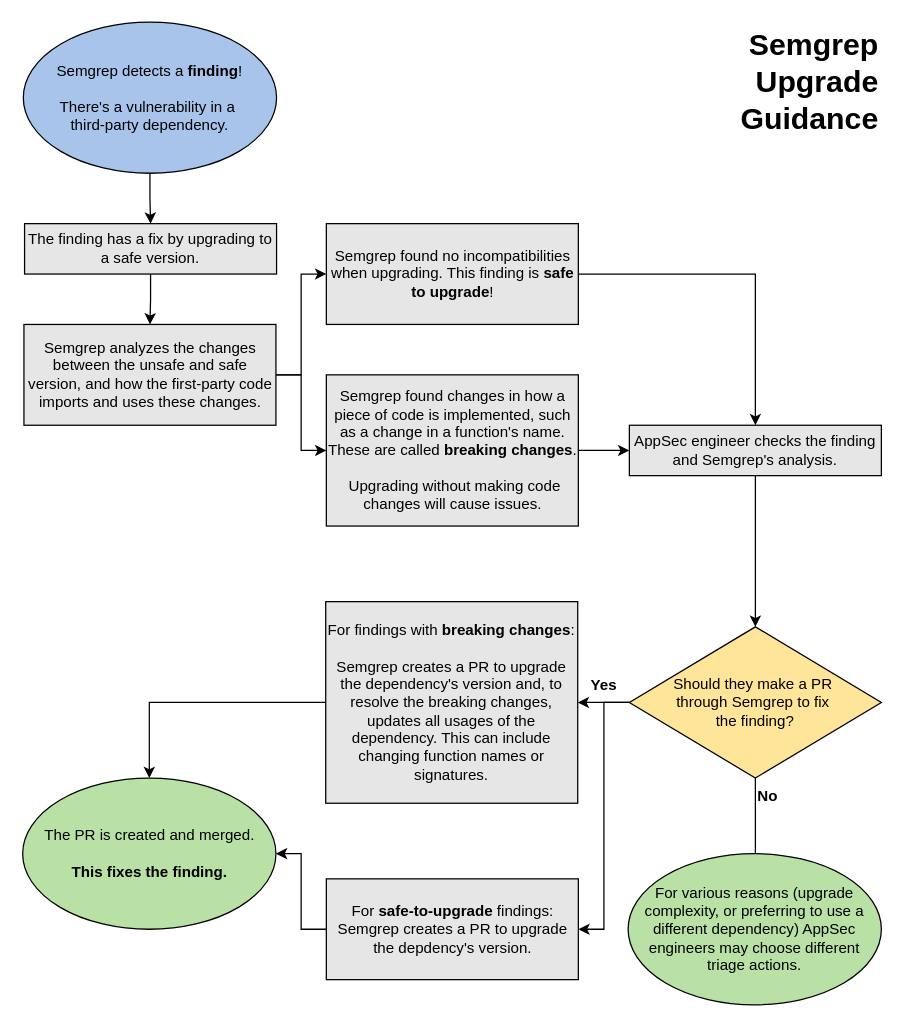
Earlier version of the draw.io diagram upgrade-guidance-formatted.drawio (s-santillan/semgrep-docs-diagrams). Source tidied: cells renumbered, new cells numbered last; positions are measured from the earlier drawing's top-left corner, leaving out a move shared by most shapes. Both pictures are drawn from the tidied source at 126%, with x=0, y=0 at pixel (21, 21).
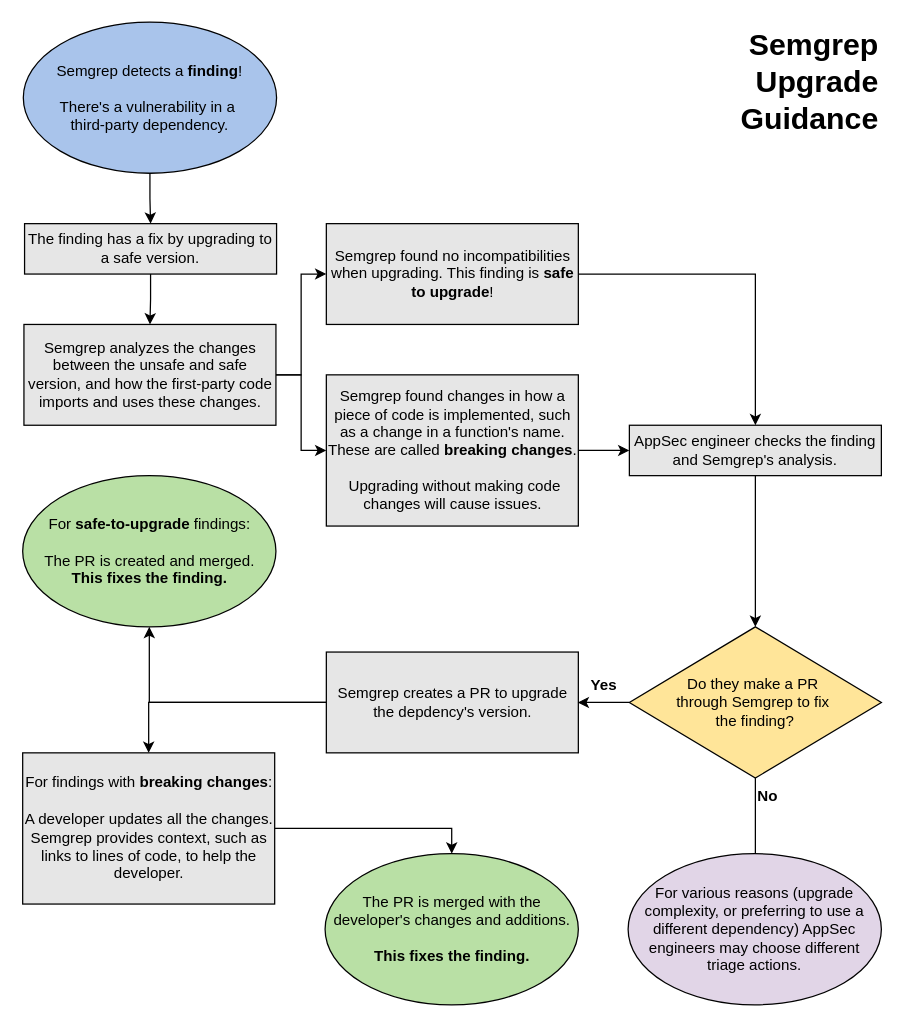
The same diagram, later.

Change to the diagram source:
```diff
@@
-    <mxCell id="13" style="edgeStyle=orthogonalEdgeStyle;rounded=0;jettySize=auto;html=1;entryX=1;entryY=0.5;entryDx=0;entryDy=0;" parent="1" edge="1" source="14" target="25">
-      <mxGeometry relative="1" as="geometry" />
-    </mxCell>
+    <mxCell id="28" style="edgeStyle=orthogonalEdgeStyle;rounded=0;jettySize=auto;html=1;entryX=0.5;entryY=1;entryDx=0;entryDy=0;" parent="1" edge="1" source="14" target="30">
+      <mxGeometry relative="1" as="geometry" />
+    </mxCell>
+    <mxCell id="29" style="edgeStyle=orthogonalEdgeStyle;rounded=0;jettySize=auto;html=1;entryX=0.5;entryY=0;entryDx=0;entryDy=0;" parent="1" edge="1" source="14" target="32">
+      <mxGeometry relative="1" as="geometry" />
+    </mxCell>
-    <mxCell id="14" value="For&lt;b&gt; safe-to-upgrade &lt;/b&gt;findings:&lt;br&gt;Semgrep creates a PR to upgrade the depdency's version." style="rounded=0;whiteSpace=wrap;html=1;fillColor=light-dark(#E6E6E6,var(--ge-dark-color, #121212));" parent="1" vertex="1">
-      <mxGeometry x="241.5" y="680" width="200" height="80" as="geometry" />
+    <mxCell id="14" value="Semgrep creates a PR to upgrade the depdency's version." style="rounded=0;whiteSpace=wrap;html=1;fillColor=light-dark(#E6E6E6,var(--ge-dark-color, #121212));" parent="1" vertex="1">
+      <mxGeometry x="241.5" y="500" width="200" height="80" as="geometry" />
     </mxCell>
-    <mxCell id="15" style="edgeStyle=orthogonalEdgeStyle;rounded=0;jettySize=auto;html=1;entryX=0.5;entryY=0;entryDx=0;entryDy=0;" parent="1" edge="1" source="16" target="25">
-      <mxGeometry relative="1" as="geometry" />
-    </mxCell>
-    <mxCell id="16" value="For findings with &lt;b&gt;breaking changes&lt;/b&gt;:&lt;br&gt;&lt;br&gt;Semgrep creates a PR to upgrade the dependency's version and, to resolve the breaking changes, updates all usages of the dependency. This can include changing function names or signatures." style="rounded=0;whiteSpace=wrap;html=1;fillColor=light-dark(#E6E6E6,var(--ge-dark-color, #121212));" parent="1" vertex="1">
-      <mxGeometry x="241" y="460" width="200" height="160" as="geometry" />
-    </mxCell>
@@
-    <mxCell id="19" style="edgeStyle=orthogonalEdgeStyle;rounded=0;jettySize=auto;html=1;" parent="1" edge="1" source="22" target="16">
-      <mxGeometry relative="1" as="geometry" />
+    <mxCell id="19" style="edgeStyle=orthogonalEdgeStyle;rounded=0;jettySize=auto;html=1;" parent="1" edge="1" source="22">
+      <mxGeometry relative="1" as="geometry">
+        <mxPoint x="441" y="540" as="targetPoint" />
+      </mxGeometry>
     </mxCell>
-    <mxCell id="20" style="edgeStyle=orthogonalEdgeStyle;rounded=0;jettySize=auto;html=1;entryX=1;entryY=0.5;entryDx=0;entryDy=0;" parent="1" edge="1" source="22" target="14">
-      <mxGeometry relative="1" as="geometry" />
-    </mxCell>
@@
-    <mxCell id="22" value="Should they make a PR&amp;nbsp;&lt;div&gt;through Semgrep to fix&amp;nbsp;&lt;/div&gt;&lt;div&gt;the finding?&lt;/div&gt;" style="rhombus;whiteSpace=wrap;html=1;fillColor=light-dark(#FFE599,var(--ge-dark-color, #121212));" parent="1" vertex="1">
+    <mxCell id="22" value="Do they make a PR&amp;nbsp;&lt;div&gt;through Semgrep to fix&amp;nbsp;&lt;/div&gt;&lt;div&gt;the finding?&lt;/div&gt;" style="rhombus;whiteSpace=wrap;html=1;fillColor=light-dark(#FFE599,var(--ge-dark-color, #121212));" parent="1" vertex="1">
       <mxGeometry x="482" y="480" width="200" height="120" as="geometry" />
     </mxCell>
@@
-    <mxCell id="25" value="The PR is created and merged.&lt;br&gt;&lt;br&gt;&lt;b&gt;This fixes the finding.&lt;/b&gt;" style="ellipse;whiteSpace=wrap;html=1;fillColor=light-dark(#B9E0A5,var(--ge-dark-color, #121212));" parent="1" vertex="1">
-      <mxGeometry x="0.5" y="600" width="201" height="120" as="geometry" />
-    </mxCell>
@@
-    <mxCell id="27" value="For various reasons (upgrade complexity, or preferring to use a different dependency) AppSec engineers may choose different triage actions." style="ellipse;whiteSpace=wrap;html=1;fillColor=light-dark(#B9E0A5,var(--ge-dark-color, #121212));" parent="1" vertex="1">
+    <mxCell id="27" value="For various reasons (upgrade complexity, or preferring to use a different dependency) AppSec engineers may choose different triage actions." style="ellipse;whiteSpace=wrap;html=1;fillColor=light-dark(#E1D5E7,var(--ge-dark-color, #121212));" parent="1" vertex="1">
       <mxGeometry x="481" y="660" width="201" height="120" as="geometry" />
     </mxCell>
+    <mxCell id="30" value="&lt;div&gt;For&lt;b&gt;&amp;nbsp;safe-to-upgrade&amp;nbsp;&lt;/b&gt;findings:&lt;br&gt;&lt;br&gt;&lt;/div&gt;The PR is created and merged.&lt;br&gt;&lt;b&gt;This fixes the finding.&lt;/b&gt;" style="ellipse;whiteSpace=wrap;html=1;fillColor=light-dark(#B9E0A5,var(--ge-dark-color, #121212));" parent="1" vertex="1">
+      <mxGeometry x="0.5" y="360" width="201" height="120" as="geometry" />
+    </mxCell>
+    <mxCell id="31" style="edgeStyle=orthogonalEdgeStyle;rounded=0;jettySize=auto;html=1;entryX=0.5;entryY=0;entryDx=0;entryDy=0;" parent="1" edge="1" source="32" target="33">
+      <mxGeometry relative="1" as="geometry" />
+    </mxCell>
+    <mxCell id="32" value="For findings with &lt;b&gt;breaking changes&lt;/b&gt;:&lt;br&gt;&lt;br&gt;A developer updates all the changes. Semgrep provides context, such as links to lines of code, to help the developer." style="rounded=0;whiteSpace=wrap;html=1;fillColor=light-dark(#E6E6E6,var(--ge-dark-color, #121212));" parent="1" vertex="1">
+      <mxGeometry x="0.5" y="580" width="200" height="120" as="geometry" />
+    </mxCell>
+    <mxCell id="33" value="&lt;div&gt;The PR is merged with the developer's changes and additions.&lt;/div&gt;&lt;div&gt;&lt;br&gt;&lt;/div&gt;&lt;div&gt;&lt;b&gt;This fixes the finding.&lt;/b&gt;&lt;/div&gt;" style="ellipse;whiteSpace=wrap;html=1;fillColor=light-dark(#B9E0A5,var(--ge-dark-color, #121212));" parent="1" vertex="1">
+      <mxGeometry x="240.5" y="660" width="201" height="120" as="geometry" />
+    </mxCell>
```
